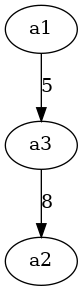
The Graphviz diagram aisd/lab5/labirint.png in kargamant/my_labs, before a commit. Its source is kept beside it as aisd/lab5/labirint.dot. Its diagram source:
```dot
digraph {
a1
a1->a3 [label=5, weight=5]
a2
a3
a3->a2 [label=8, weight=8]
}
```
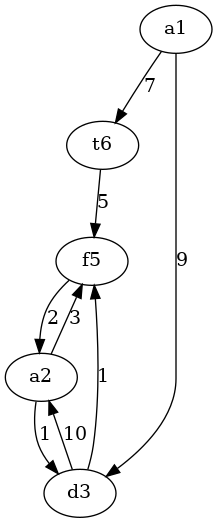
Later version of the same file.

What changed in the source:
```diff
@@ -1,7 +1,15 @@
 digraph {
+t6
+t6->f5 [label=5, weight=5]
+d3
+d3->a2 [label=10, weight=10]
+d3->f5 [label=1, weight=1]
+f5
+f5->a2 [label=2, weight=2]
 a1
-a1->a3 [label=5, weight=5]
+a1->d3 [label=9, weight=9]
+a1->t6 [label=7, weight=7]
 a2
-a3
-a3->a2 [label=8, weight=8]
+a2->f5 [label=3, weight=3]
+a2->d3 [label=1, weight=1]
 }
```
